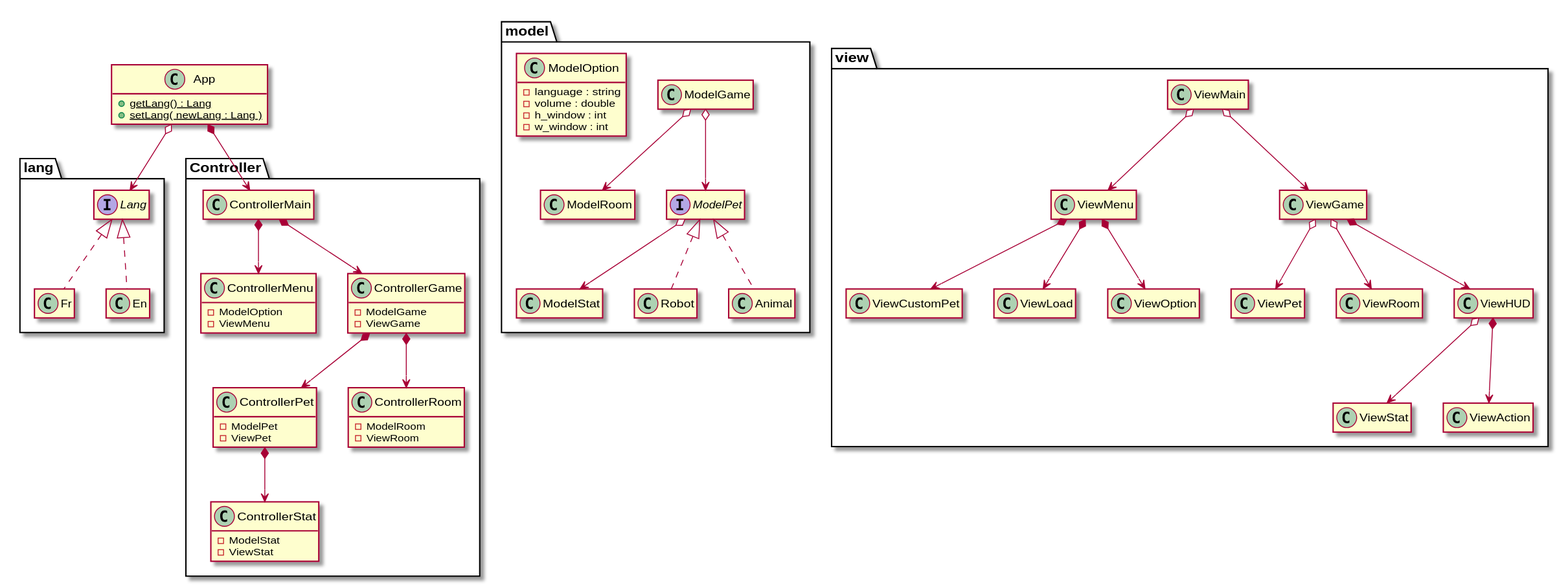
Above: diagrams/svg/diagram-class.svg in 83NJAM1/Tamagotchi (PlantUML), before the change.
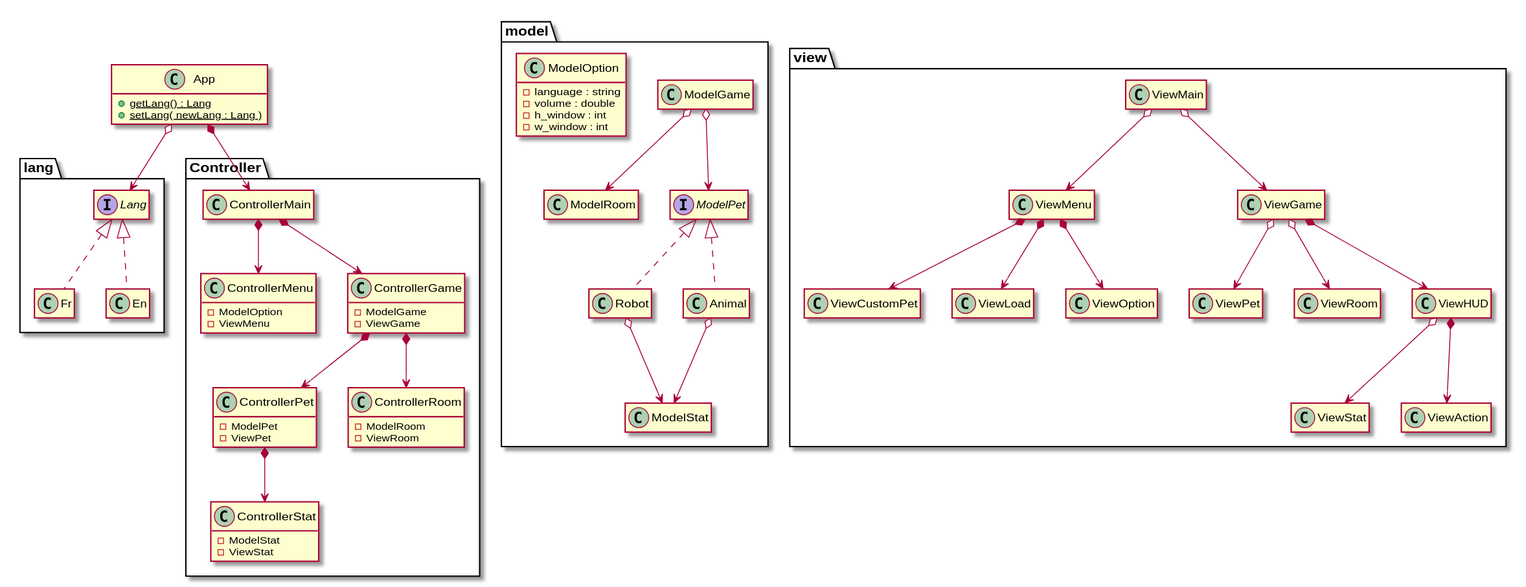
Later version of the same file.

What changed in the source:
```diff
@@ -31,7 +31,8 @@
 
     ModelPet <|.. Robot
     ModelPet <|.. Animal
-    ModelPet o--> ModelStat
+    Animal o--> ModelStat
+    Robot o--> ModelStat
     ModelGame o--> ModelPet
     ModelGame o--> ModelRoom
 }
```
